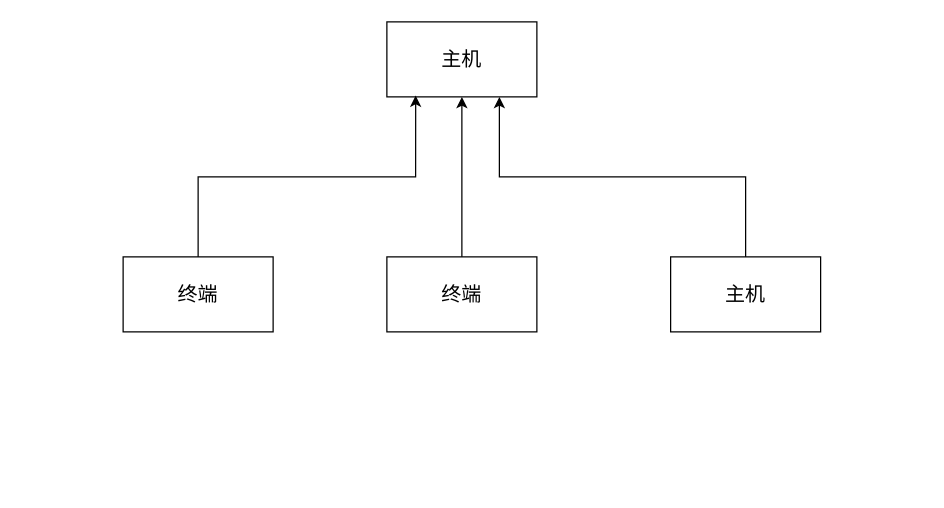
Before: 软考.drawio in xiaodongYao/DrawIO, a draw.io diagram. Source tidied: cells renumbered, new cells numbered last; positions are measured from the earlier drawing's top-left corner, leaving out a move shared by most shapes. Both pictures are drawn from the tidied source at 125%, with x=0, y=0 at pixel (122, 21).
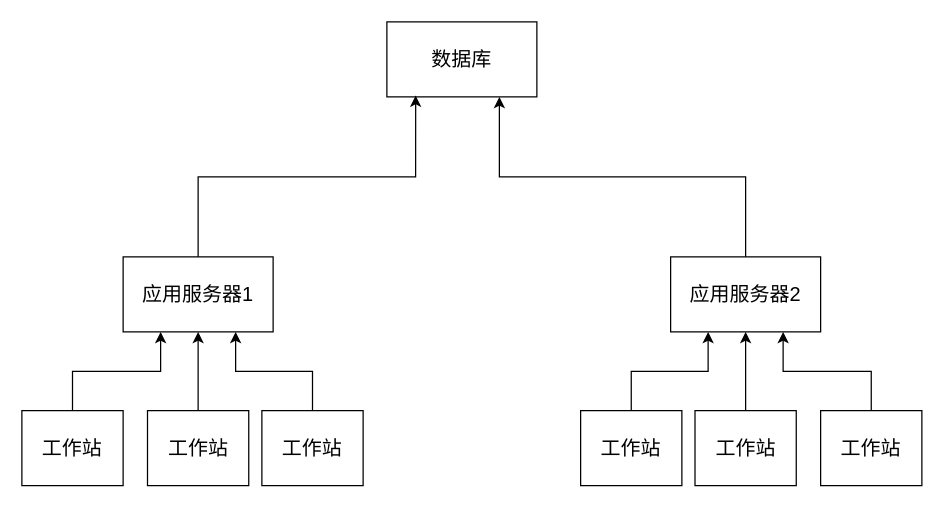
Above is the later version.

Diff of the diagram source:
```diff
@@
 <mxGraphModel>
   <root>
     <mxCell id="0" />
     <mxCell id="1" parent="0" />
-    <mxCell id="2" value="主机" style="rounded=0;whiteSpace=wrap;html=1;fontSize=16;" parent="1" vertex="1">
+    <mxCell id="2" value="数据库" style="rounded=0;whiteSpace=wrap;html=1;fontSize=16;" parent="1" vertex="1">
       <mxGeometry x="211" width="120" height="60" as="geometry" />
     </mxCell>
     <mxCell id="3" style="edgeStyle=orthogonalEdgeStyle;rounded=0;jettySize=auto;html=1;exitX=0.5;exitY=0;exitDx=0;exitDy=0;entryX=0.192;entryY=0.983;entryDx=0;entryDy=0;entryPerimeter=0;fontSize=16;" parent="1" edge="1" source="4" target="2">
       <mxGeometry relative="1" as="geometry" />
     </mxCell>
-    <mxCell id="4" value="终端" style="rounded=0;whiteSpace=wrap;html=1;fontSize=16;" parent="1" vertex="1">
+    <mxCell id="4" value="应用服务器1" style="rounded=0;whiteSpace=wrap;html=1;fontSize=16;" parent="1" vertex="1">
       <mxGeometry y="188" width="120" height="60" as="geometry" />
     </mxCell>
-    <mxCell id="5" style="edgeStyle=orthogonalEdgeStyle;rounded=0;jettySize=auto;html=1;exitX=0.5;exitY=0;exitDx=0;exitDy=0;entryX=0.5;entryY=1;entryDx=0;entryDy=0;fontSize=16;" parent="1" edge="1" source="6" target="2">
-      <mxGeometry relative="1" as="geometry" />
-    </mxCell>
-    <mxCell id="6" value="终端" style="rounded=0;whiteSpace=wrap;html=1;fontSize=16;" parent="1" vertex="1">
-      <mxGeometry x="211" y="188" width="120" height="60" as="geometry" />
-    </mxCell>
     <mxCell id="7" style="edgeStyle=orthogonalEdgeStyle;rounded=0;jettySize=auto;html=1;exitX=0.5;exitY=0;exitDx=0;exitDy=0;entryX=0.75;entryY=1;entryDx=0;entryDy=0;fontSize=16;" parent="1" edge="1" source="8" target="2">
       <mxGeometry relative="1" as="geometry" />
     </mxCell>
-    <mxCell id="8" value="主机" style="rounded=0;whiteSpace=wrap;html=1;fontSize=16;" parent="1" vertex="1">
+    <mxCell id="8" value="应用服务器2" style="rounded=0;whiteSpace=wrap;html=1;fontSize=16;" parent="1" vertex="1">
       <mxGeometry x="438" y="188" width="120" height="60" as="geometry" />
     </mxCell>
+    <mxCell id="9" style="edgeStyle=orthogonalEdgeStyle;rounded=0;jettySize=auto;html=1;exitX=0.5;exitY=0;exitDx=0;exitDy=0;entryX=0.25;entryY=1;entryDx=0;entryDy=0;" parent="1" edge="1" source="10" target="4">
+      <mxGeometry relative="1" as="geometry" />
+    </mxCell>
+    <mxCell id="10" value="工作站" style="rounded=0;whiteSpace=wrap;html=1;fontSize=16;" parent="1" vertex="1">
+      <mxGeometry x="-81" y="311" width="81" height="60" as="geometry" />
+    </mxCell>
+    <mxCell id="11" style="edgeStyle=orthogonalEdgeStyle;rounded=0;jettySize=auto;html=1;" parent="1" edge="1" source="12" target="4">
+      <mxGeometry relative="1" as="geometry" />
+    </mxCell>
+    <mxCell id="12" value="工作站" style="rounded=0;whiteSpace=wrap;html=1;fontSize=16;" parent="1" vertex="1">
+      <mxGeometry x="19.5" y="311" width="81" height="60" as="geometry" />
+    </mxCell>
+    <mxCell id="13" style="edgeStyle=orthogonalEdgeStyle;rounded=0;jettySize=auto;html=1;exitX=0.5;exitY=0;exitDx=0;exitDy=0;entryX=0.75;entryY=1;entryDx=0;entryDy=0;" parent="1" edge="1" source="14" target="4">
+      <mxGeometry relative="1" as="geometry" />
+    </mxCell>
+    <mxCell id="14" value="工作站" style="rounded=0;whiteSpace=wrap;html=1;fontSize=16;" parent="1" vertex="1">
+      <mxGeometry x="111" y="311" width="81" height="60" as="geometry" />
+    </mxCell>
+    <mxCell id="15" style="edgeStyle=orthogonalEdgeStyle;rounded=0;jettySize=auto;html=1;exitX=0.5;exitY=0;exitDx=0;exitDy=0;entryX=0.25;entryY=1;entryDx=0;entryDy=0;" parent="1" edge="1" source="16" target="8">
+      <mxGeometry relative="1" as="geometry" />
+    </mxCell>
+    <mxCell id="16" value="工作站" style="rounded=0;whiteSpace=wrap;html=1;fontSize=16;" parent="1" vertex="1">
+      <mxGeometry x="366" y="311" width="81" height="60" as="geometry" />
+    </mxCell>
+    <mxCell id="17" style="edgeStyle=orthogonalEdgeStyle;rounded=0;jettySize=auto;html=1;" parent="1" edge="1" source="18" target="8">
+      <mxGeometry relative="1" as="geometry" />
+    </mxCell>
+    <mxCell id="18" value="工作站" style="rounded=0;whiteSpace=wrap;html=1;fontSize=16;" parent="1" vertex="1">
+      <mxGeometry x="457.5" y="311" width="81" height="60" as="geometry" />
+    </mxCell>
+    <mxCell id="19" style="edgeStyle=orthogonalEdgeStyle;rounded=0;jettySize=auto;html=1;exitX=0.5;exitY=0;exitDx=0;exitDy=0;entryX=0.75;entryY=1;entryDx=0;entryDy=0;" parent="1" edge="1" source="20" target="8">
+      <mxGeometry relative="1" as="geometry" />
+    </mxCell>
+    <mxCell id="20" value="工作站" style="rounded=0;whiteSpace=wrap;html=1;fontSize=16;" parent="1" vertex="1">
+      <mxGeometry x="558" y="311" width="81" height="60" as="geometry" />
+    </mxCell>
   </root>
 </mxGraphModel>
```
